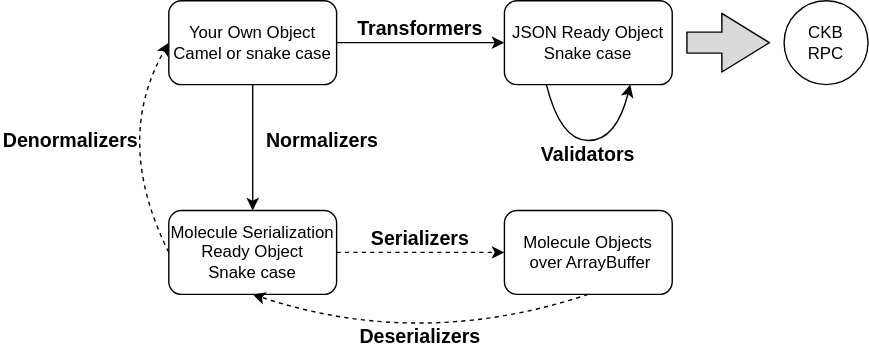
This is images/toolkit.svg from nervosnetwork/ckb-js-toolkit, a draw.io export, as it was before one commit. Source tidied: cells renumbered, new cells last; positions are measured from the earlier drawing's top-left corner, leaving out a move shared by most shapes. Its diagram source:
```xml
<mxGraphModel>
  <root>
    <mxCell id="0" />
    <mxCell id="1" parent="0" />
    <mxCell id="2" value="Your Own Object&lt;br&gt;Camel or snake case" style="rounded=1;whiteSpace=wrap;html=1;" parent="1" vertex="1">
      <mxGeometry x="120" width="120" height="60" as="geometry" />
    </mxCell>
    <mxCell id="3" value="JSON Ready Object&lt;br&gt;Snake case" style="rounded=1;whiteSpace=wrap;html=1;" parent="1" vertex="1">
      <mxGeometry x="360" width="120" height="60" as="geometry" />
    </mxCell>
    <mxCell id="4" style="endArrow=classic;html=1;exitX=1;exitY=0.5;exitDx=0;exitDy=0;entryX=0;entryY=0.5;entryDx=0;entryDy=0;" parent="1" edge="1" source="2" target="3">
      <mxGeometry relative="1" as="geometry" />
    </mxCell>
    <mxCell id="5" value="CKB&lt;br&gt;RPC" style="ellipse;whiteSpace=wrap;html=1;" parent="1" vertex="1">
      <mxGeometry x="560" width="60" height="60" as="geometry" />
    </mxCell>
    <mxCell id="6" value="&lt;b&gt;Transformers&lt;/b&gt;" style="text;html=1;strokeColor=none;fillColor=none;align=center;verticalAlign=middle;whiteSpace=wrap;rounded=0;fontSize=14;" parent="1" vertex="1">
      <mxGeometry x="250" y="10" width="100" height="20" as="geometry" />
    </mxCell>
    <mxCell id="7" style="curved=1;endArrow=classic;html=1;fontSize=14;exitX=0.25;exitY=1;exitDx=0;exitDy=0;entryX=0.75;entryY=1;entryDx=0;entryDy=0;" parent="1" edge="1" source="3" target="3">
      <mxGeometry relative="1" as="geometry">
        <Array as="points">
          <mxPoint x="400" y="100" />
          <mxPoint x="440" y="100" />
        </Array>
      </mxGeometry>
    </mxCell>
    <mxCell id="8" value="&lt;b&gt;Validators&lt;/b&gt;" style="text;html=1;strokeColor=none;fillColor=none;align=center;verticalAlign=middle;whiteSpace=wrap;rounded=0;fontSize=14;" parent="1" vertex="1">
      <mxGeometry x="370" y="100" width="100" height="20" as="geometry" />
    </mxCell>
    <mxCell id="9" style="shape=flexArrow;endArrow=classic;html=1;fontSize=14;endWidth=26;endSize=11;width=15;fillColor=#D9D9D9;" parent="1" edge="1">
      <mxGeometry relative="1" as="geometry">
        <mxPoint x="490" y="30" as="sourcePoint" />
        <mxPoint x="550" y="30" as="targetPoint" />
      </mxGeometry>
    </mxCell>
    <mxCell id="10" value="Molecule Serialization Ready Object&lt;br&gt;Snake case" style="rounded=1;whiteSpace=wrap;html=1;" parent="1" vertex="1">
      <mxGeometry x="120" y="150" width="120" height="60" as="geometry" />
    </mxCell>
    <mxCell id="11" style="endArrow=classic;html=1;fillColor=#D9D9D9;fontSize=14;exitX=0.5;exitY=1;exitDx=0;exitDy=0;entryX=0.5;entryY=0;entryDx=0;entryDy=0;" parent="1" edge="1" source="2" target="10">
      <mxGeometry relative="1" as="geometry" />
    </mxCell>
    <mxCell id="12" value="&lt;b&gt;Normalizers&lt;/b&gt;" style="text;html=1;strokeColor=none;fillColor=none;align=center;verticalAlign=middle;whiteSpace=wrap;rounded=0;fontSize=14;" parent="1" vertex="1">
      <mxGeometry x="180" y="90" width="100" height="20" as="geometry" />
    </mxCell>
    <mxCell id="13" value="Molecule Objects&lt;br&gt;&amp;nbsp;over ArrayBuffer" style="rounded=1;whiteSpace=wrap;html=1;" parent="1" vertex="1">
      <mxGeometry x="360" y="150" width="120" height="60" as="geometry" />
    </mxCell>
    <mxCell id="14" style="endArrow=classic;html=1;fillColor=#D9D9D9;fontSize=14;exitX=1;exitY=0.5;exitDx=0;exitDy=0;entryX=0;entryY=0.5;entryDx=0;entryDy=0;dashed=1;" parent="1" edge="1" source="10" target="13">
      <mxGeometry relative="1" as="geometry" />
    </mxCell>
    <mxCell id="15" value="&lt;b&gt;Serializers&lt;/b&gt;" style="text;html=1;strokeColor=none;fillColor=none;align=center;verticalAlign=middle;whiteSpace=wrap;rounded=0;fontSize=14;" parent="1" vertex="1">
      <mxGeometry x="250" y="160" width="100" height="20" as="geometry" />
    </mxCell>
    <mxCell id="16" style="curved=1;endArrow=classic;html=1;fillColor=#D9D9D9;fontSize=14;exitX=0.5;exitY=1;exitDx=0;exitDy=0;entryX=0.5;entryY=1;entryDx=0;entryDy=0;dashed=1;" parent="1" edge="1" source="13" target="10">
      <mxGeometry relative="1" as="geometry">
        <Array as="points">
          <mxPoint x="300" y="250" />
        </Array>
      </mxGeometry>
    </mxCell>
    <mxCell id="17" value="&lt;b&gt;Deserializers&lt;/b&gt;" style="text;html=1;strokeColor=none;fillColor=none;align=center;verticalAlign=middle;whiteSpace=wrap;rounded=0;fontSize=14;" parent="1" vertex="1">
      <mxGeometry x="250" y="230" width="100" height="20" as="geometry" />
    </mxCell>
    <mxCell id="18" style="curved=1;endArrow=classic;html=1;fillColor=#D9D9D9;fontSize=14;exitX=0;exitY=0.5;exitDx=0;exitDy=0;entryX=0;entryY=0.5;entryDx=0;entryDy=0;dashed=1;" parent="1" edge="1" source="10" target="2">
      <mxGeometry relative="1" as="geometry">
        <Array as="points">
          <mxPoint x="80" y="100" />
        </Array>
      </mxGeometry>
    </mxCell>
    <mxCell id="19" value="&lt;b&gt;Denormalizers&lt;/b&gt;" style="text;html=1;strokeColor=none;fillColor=none;align=center;verticalAlign=middle;whiteSpace=wrap;rounded=0;fontSize=14;" parent="1" vertex="1">
      <mxGeometry y="90" width="100" height="20" as="geometry" />
    </mxCell>
  </root>
</mxGraphModel>
```
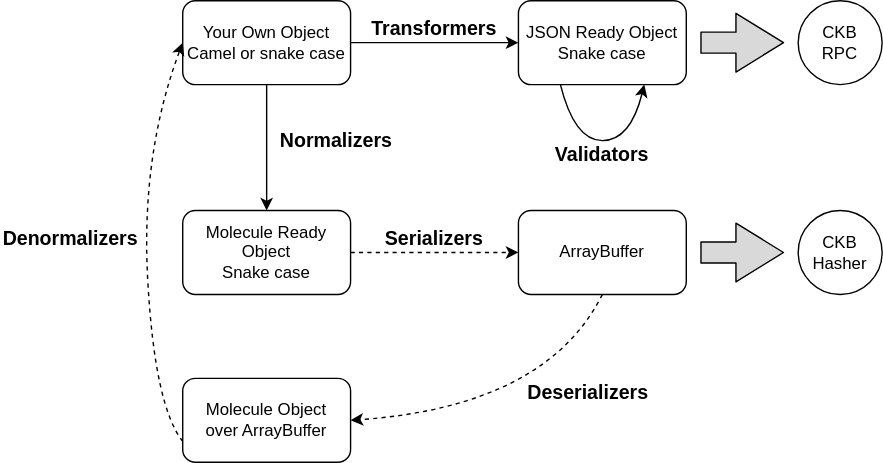
After the commit.

What changed in the source:
```diff
@@ -34,7 +34,7 @@
         <mxPoint x="550" y="30" as="targetPoint" />
       </mxGeometry>
     </mxCell>
-    <mxCell id="10" value="Molecule Serialization Ready Object&lt;br&gt;Snake case" style="rounded=1;whiteSpace=wrap;html=1;" parent="1" vertex="1">
+    <mxCell id="10" value="Molecule Ready Object&lt;br&gt;Snake case" style="rounded=1;whiteSpace=wrap;html=1;" parent="1" vertex="1">
       <mxGeometry x="120" y="150" width="120" height="60" as="geometry" />
     </mxCell>
     <mxCell id="11" style="endArrow=classic;html=1;fillColor=#D9D9D9;fontSize=14;exitX=0.5;exitY=1;exitDx=0;exitDy=0;entryX=0.5;entryY=0;entryDx=0;entryDy=0;" parent="1" edge="1" source="2" target="10">
@@ -43,7 +43,7 @@
     <mxCell id="12" value="&lt;b&gt;Normalizers&lt;/b&gt;" style="text;html=1;strokeColor=none;fillColor=none;align=center;verticalAlign=middle;whiteSpace=wrap;rounded=0;fontSize=14;" parent="1" vertex="1">
       <mxGeometry x="180" y="90" width="100" height="20" as="geometry" />
     </mxCell>
-    <mxCell id="13" value="Molecule Objects&lt;br&gt;&amp;nbsp;over ArrayBuffer" style="rounded=1;whiteSpace=wrap;html=1;" parent="1" vertex="1">
+    <mxCell id="13" value="ArrayBuffer" style="rounded=1;whiteSpace=wrap;html=1;" parent="1" vertex="1">
       <mxGeometry x="360" y="150" width="120" height="60" as="geometry" />
     </mxCell>
     <mxCell id="14" style="endArrow=classic;html=1;fillColor=#D9D9D9;fontSize=14;exitX=1;exitY=0.5;exitDx=0;exitDy=0;entryX=0;entryY=0.5;entryDx=0;entryDy=0;dashed=1;" parent="1" edge="1" source="10" target="13">
@@ -52,25 +52,38 @@
     <mxCell id="15" value="&lt;b&gt;Serializers&lt;/b&gt;" style="text;html=1;strokeColor=none;fillColor=none;align=center;verticalAlign=middle;whiteSpace=wrap;rounded=0;fontSize=14;" parent="1" vertex="1">
       <mxGeometry x="250" y="160" width="100" height="20" as="geometry" />
     </mxCell>
-    <mxCell id="16" style="curved=1;endArrow=classic;html=1;fillColor=#D9D9D9;fontSize=14;exitX=0.5;exitY=1;exitDx=0;exitDy=0;entryX=0.5;entryY=1;entryDx=0;entryDy=0;dashed=1;" parent="1" edge="1" source="13" target="10">
+    <mxCell id="16" style="curved=1;endArrow=classic;html=1;fillColor=#D9D9D9;fontSize=14;exitX=0;exitY=0.75;exitDx=0;exitDy=0;entryX=0;entryY=0.5;entryDx=0;entryDy=0;dashed=1;" parent="1" edge="1" source="18" target="2">
       <mxGeometry relative="1" as="geometry">
         <Array as="points">
-          <mxPoint x="300" y="250" />
+          <mxPoint x="100" y="290" />
+          <mxPoint x="90" y="110" />
         </Array>
       </mxGeometry>
     </mxCell>
-    <mxCell id="17" value="&lt;b&gt;Deserializers&lt;/b&gt;" style="text;html=1;strokeColor=none;fillColor=none;align=center;verticalAlign=middle;whiteSpace=wrap;rounded=0;fontSize=14;" parent="1" vertex="1">
-      <mxGeometry x="250" y="230" width="100" height="20" as="geometry" />
+    <mxCell id="17" value="&lt;b&gt;Denormalizers&lt;/b&gt;" style="text;html=1;strokeColor=none;fillColor=none;align=center;verticalAlign=middle;whiteSpace=wrap;rounded=0;fontSize=14;" parent="1" vertex="1">
+      <mxGeometry x="-10" y="160" width="100" height="20" as="geometry" />
     </mxCell>
-    <mxCell id="18" style="curved=1;endArrow=classic;html=1;fillColor=#D9D9D9;fontSize=14;exitX=0;exitY=0.5;exitDx=0;exitDy=0;entryX=0;entryY=0.5;entryDx=0;entryDy=0;dashed=1;" parent="1" edge="1" source="10" target="2">
-      <mxGeometry relative="1" as="geometry">
-        <Array as="points">
-          <mxPoint x="80" y="100" />
-        </Array>
-      </mxGeometry>
+    <mxCell id="18" value="Molecule Object&lt;br&gt;over ArrayBuffer" style="rounded=1;whiteSpace=wrap;html=1;" parent="1" vertex="1">
+      <mxGeometry x="120" y="270" width="120" height="60" as="geometry" />
     </mxCell>
-    <mxCell id="19" value="&lt;b&gt;Denormalizers&lt;/b&gt;" style="text;html=1;strokeColor=none;fillColor=none;align=center;verticalAlign=middle;whiteSpace=wrap;rounded=0;fontSize=14;" parent="1" vertex="1">
-      <mxGeometry y="90" width="100" height="20" as="geometry" />
+    <mxCell id="19" style="curved=1;endArrow=classic;html=1;dashed=1;fillColor=#D9D9D9;fontSize=14;exitX=0.5;exitY=1;exitDx=0;exitDy=0;entryX=1;entryY=0.5;entryDx=0;entryDy=0;" parent="1" edge="1" source="13" target="18">
+      <mxGeometry relative="1" as="geometry">
+        <Array as="points">
+          <mxPoint x="380" y="290" />
+        </Array>
+      </mxGeometry>
     </mxCell>
+    <mxCell id="20" value="&lt;b&gt;Deserializers&lt;/b&gt;" style="text;html=1;strokeColor=none;fillColor=none;align=center;verticalAlign=middle;whiteSpace=wrap;rounded=0;fontSize=14;" parent="1" vertex="1">
+      <mxGeometry x="360" y="270" width="100" height="20" as="geometry" />
+    </mxCell>
+    <mxCell id="21" value="CKB&lt;br&gt;Hasher" style="ellipse;whiteSpace=wrap;html=1;" parent="1" vertex="1">
+      <mxGeometry x="560" y="150" width="60" height="60" as="geometry" />
+    </mxCell>
+    <mxCell id="22" style="shape=flexArrow;endArrow=classic;html=1;fontSize=14;endWidth=26;endSize=11;width=15;fillColor=#D9D9D9;" parent="1" edge="1">
+      <mxGeometry relative="1" as="geometry">
+        <mxPoint x="490" y="180" as="sourcePoint" />
+        <mxPoint x="550" y="180" as="targetPoint" />
+      </mxGeometry>
+    </mxCell>
   </root>
 </mxGraphModel>
```
